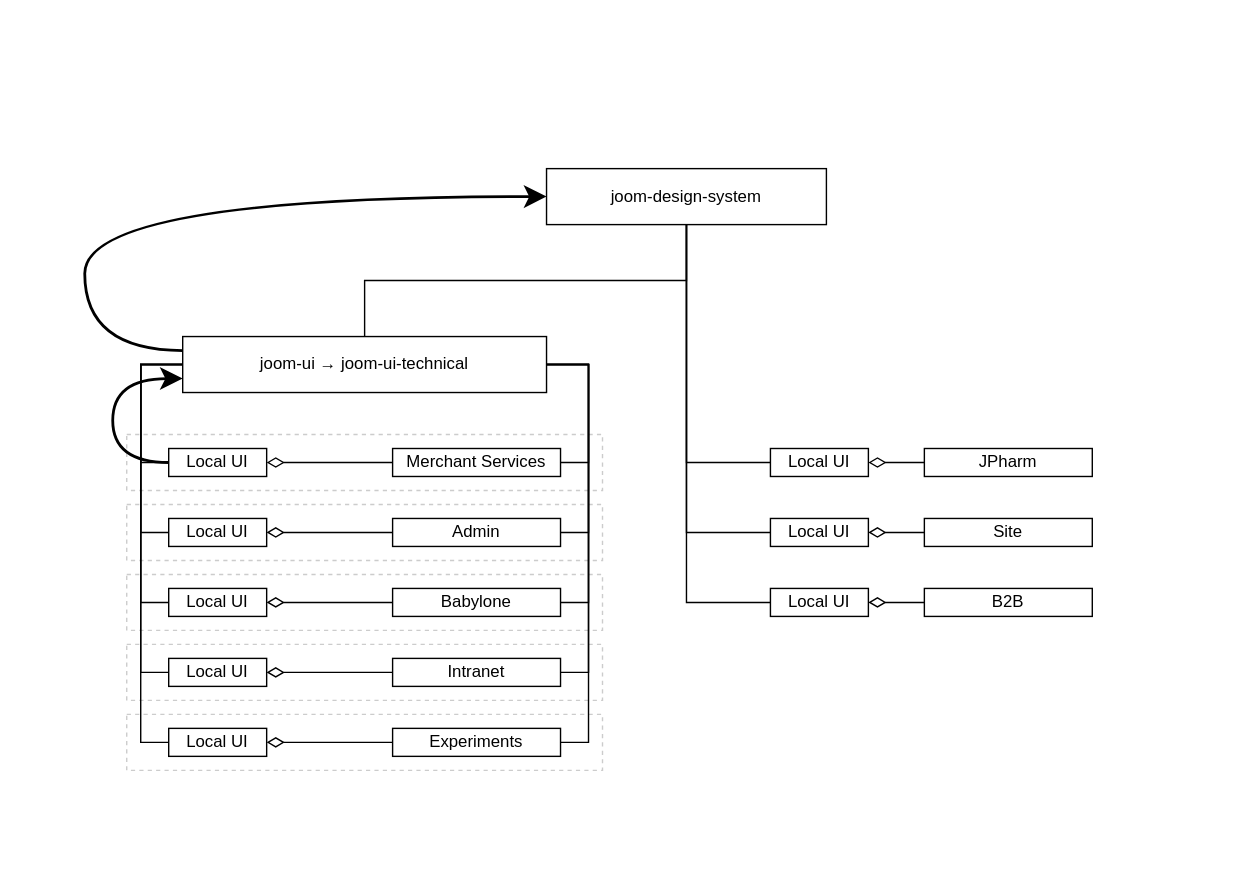
ajile/draw-io keeps this draw.io diagram as design-system.svg. Above is the earlier version. Source tidied: cells renumbered, new cells last; positions are measured from the earlier drawing's top-left corner, leaving out a move shared by most shapes.
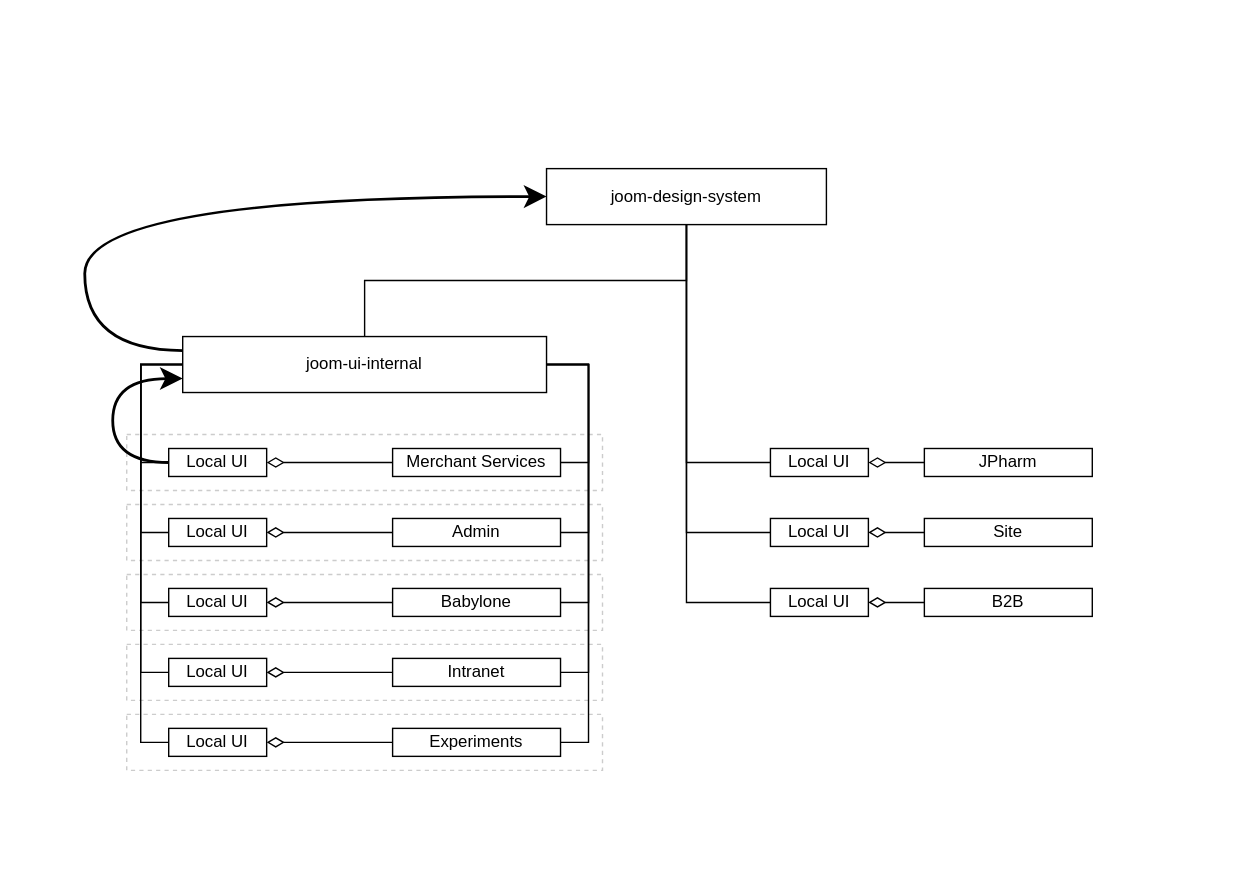
Later version of the same file.

Diff of the diagram source:
```diff
@@ -32,7 +32,7 @@
         </Array>
       </mxGeometry>
     </mxCell>
-    <mxCell id="11" value="joom-ui →&amp;nbsp;&lt;span&gt;joom-ui-technical&lt;/span&gt;" style="rounded=0;whiteSpace=wrap;html=1;" parent="3" vertex="1">
+    <mxCell id="11" value="&lt;span&gt;joom-ui-internal&lt;/span&gt;" style="rounded=0;whiteSpace=wrap;html=1;" parent="3" vertex="1">
       <mxGeometry x="130" y="240" width="260" height="40" as="geometry" />
     </mxCell>
     <mxCell id="12" style="edgeStyle=orthogonalEdgeStyle;rounded=0;jettySize=auto;html=1;endArrow=none;endFill=0;startSize=10;endSize=10;exitX=0;exitY=0.5;exitDx=0;exitDy=0;" parent="3" edge="1" source="40" target="8">
```
